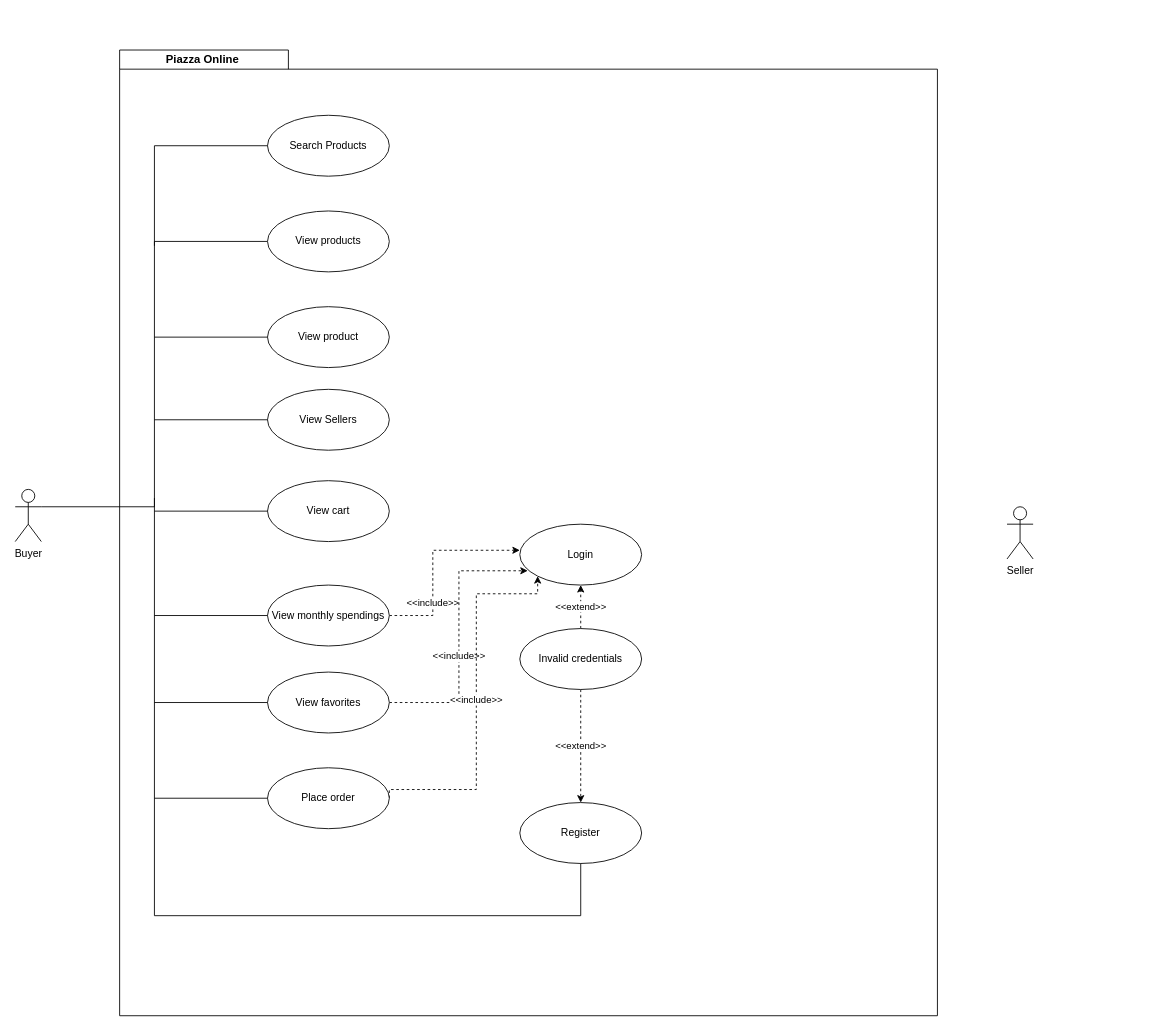
Above: use_case_diagram.drawio in VladCiobotariu/InternshipProject (draw.io), before the change. Source tidied: cells renumbered, new cells numbered last; positions are measured from the earlier drawing's top-left corner, leaving out a move shared by most shapes. Both pictures are drawn from the tidied source at 87%, with x=0, y=0 at pixel (15, 50).
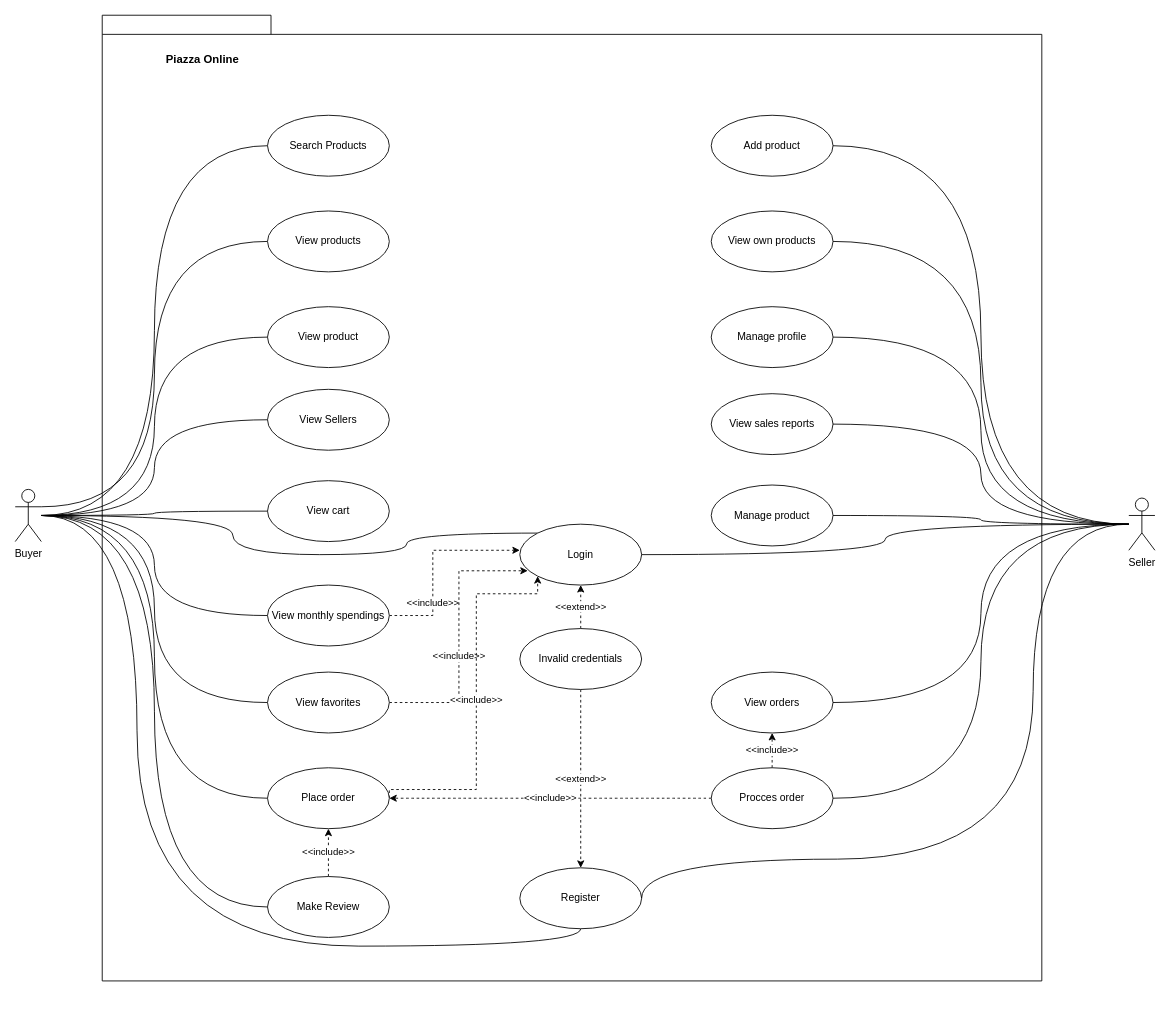
The same diagram, later.

Unchanged cells that the change refers to:
```xml
<mxCell id="4" value="Buyer" style="shape=umlActor;verticalLabelPosition=bottom;verticalAlign=top;html=1;outlineConnect=0;" parent="1" vertex="1">
  <mxGeometry y="505" width="30" height="60" as="geometry" />
</mxCell>
<mxCell id="6" value="Login" style="ellipse;whiteSpace=wrap;html=1;" parent="1" vertex="1">
  <mxGeometry x="580" y="545" width="140" height="70" as="geometry" />
</mxCell>
<mxCell id="8" value="Search Products" style="ellipse;whiteSpace=wrap;html=1;" parent="1" vertex="1">
  <mxGeometry x="290" y="75" width="140" height="70" as="geometry" />
</mxCell>
<mxCell id="9" value="View products" style="ellipse;whiteSpace=wrap;html=1;" parent="1" vertex="1">
  <mxGeometry x="290" y="185" width="140" height="70" as="geometry" />
</mxCell>
<mxCell id="11" value="View monthly spendings" style="ellipse;whiteSpace=wrap;html=1;" parent="1" vertex="1">
  <mxGeometry x="290" y="615" width="140" height="70" as="geometry" />
</mxCell>
<mxCell id="12" value="View product" style="ellipse;whiteSpace=wrap;html=1;" parent="1" vertex="1">
  <mxGeometry x="290" y="295" width="140" height="70" as="geometry" />
</mxCell>
<mxCell id="13" value="View Sellers" style="ellipse;whiteSpace=wrap;html=1;" parent="1" vertex="1">
  <mxGeometry x="290" y="390" width="140" height="70" as="geometry" />
</mxCell>
<mxCell id="16" value="View favorites" style="ellipse;whiteSpace=wrap;html=1;" parent="1" vertex="1">
  <mxGeometry x="290" y="715" width="140" height="70" as="geometry" />
</mxCell>
<mxCell id="18" value="Place order" style="ellipse;whiteSpace=wrap;html=1;" parent="1" vertex="1">
  <mxGeometry x="290" y="825" width="140" height="70" as="geometry" />
</mxCell>
<mxCell id="19" value="View cart" style="ellipse;whiteSpace=wrap;html=1;" parent="1" vertex="1">
  <mxGeometry x="290" y="495" width="140" height="70" as="geometry" />
</mxCell>
```

What changed in the source:
```diff
@@
     <mxCell id="2" style="shape=folder;fontStyle=1;spacingTop=10;tabWidth=194;tabHeight=22;tabPosition=left;html=1;rounded=0;shadow=0;comic=0;labelBackgroundColor=none;strokeWidth=1;fillColor=none;fontFamily=Verdana;fontSize=10;align=center;" parent="1" vertex="1">
-      <mxGeometry x="120" width="940" height="1110" as="geometry" />
+      <mxGeometry x="100" y="-40" width="1080" height="1110" as="geometry" />
     </mxCell>
-    <mxCell id="3" style="edgeStyle=orthogonalEdgeStyle;rounded=0;jettySize=auto;html=1;exitX=1;exitY=0.3333333333333333;exitDx=0;exitDy=0;exitPerimeter=0;entryX=0;entryY=0.5;entryDx=0;entryDy=0;endArrow=none;endFill=0;" parent="1" edge="1" source="4" target="9">
-      <mxGeometry relative="1" as="geometry">
-        <Array as="points">
-          <mxPoint x="30" y="525" />
-          <mxPoint x="160" y="525" />
-          <mxPoint x="160" y="220" />
-        </Array>
-      </mxGeometry>
+    <mxCell id="3" style="edgeStyle=orthogonalEdgeStyle;rounded=0;jettySize=auto;html=1;exitX=1;exitY=0.3333333333333333;exitDx=0;exitDy=0;exitPerimeter=0;entryX=0;entryY=0.5;entryDx=0;entryDy=0;endArrow=none;endFill=0;curved=1;" parent="1" edge="1" source="4" target="9">
+      <mxGeometry relative="1" as="geometry" />
     </mxCell>
+    <mxCell id="32" style="edgeStyle=orthogonalEdgeStyle;rounded=0;jettySize=auto;html=1;entryX=0;entryY=0;entryDx=0;entryDy=0;curved=1;endArrow=none;endFill=0;" parent="1" edge="1" source="4" target="6">
+      <mxGeometry relative="1" as="geometry">
+        <Array as="points">
+          <mxPoint x="250" y="535" />
+          <mxPoint x="250" y="580" />
+          <mxPoint x="450" y="580" />
+          <mxPoint x="450" y="556" />
+        </Array>
+      </mxGeometry>
+    </mxCell>
+    <mxCell id="33" style="edgeStyle=orthogonalEdgeStyle;rounded=0;jettySize=auto;html=1;entryX=0;entryY=0.5;entryDx=0;entryDy=0;endArrow=none;endFill=0;curved=1;" parent="1" edge="1" source="4" target="58">
+      <mxGeometry relative="1" as="geometry" />
+    </mxCell>
+    <mxCell id="34" style="edgeStyle=orthogonalEdgeStyle;rounded=0;jettySize=auto;html=1;entryX=0;entryY=0.5;entryDx=0;entryDy=0;endArrow=none;endFill=0;curved=1;" parent="1" edge="1" source="4" target="8">
+      <mxGeometry relative="1" as="geometry" />
+    </mxCell>
+    <mxCell id="35" style="edgeStyle=orthogonalEdgeStyle;rounded=0;jettySize=auto;html=1;entryX=0;entryY=0.5;entryDx=0;entryDy=0;endArrow=none;endFill=0;curved=1;" parent="1" edge="1" source="4" target="12">
+      <mxGeometry relative="1" as="geometry" />
+    </mxCell>
+    <mxCell id="36" style="edgeStyle=orthogonalEdgeStyle;rounded=0;jettySize=auto;html=1;entryX=0.5;entryY=1;entryDx=0;entryDy=0;endArrow=none;endFill=0;curved=1;" parent="1" edge="1" source="4" target="7">
+      <mxGeometry relative="1" as="geometry">
+        <Array as="points">
+          <mxPoint x="140" y="535" />
+          <mxPoint x="140" y="1030" />
+          <mxPoint x="650" y="1030" />
+        </Array>
+      </mxGeometry>
+    </mxCell>
+    <mxCell id="37" style="edgeStyle=orthogonalEdgeStyle;rounded=0;jettySize=auto;html=1;entryX=0;entryY=0.5;entryDx=0;entryDy=0;endArrow=none;endFill=0;curved=1;" parent="1" edge="1" source="4" target="18">
+      <mxGeometry relative="1" as="geometry" />
+    </mxCell>
+    <mxCell id="38" style="edgeStyle=orthogonalEdgeStyle;rounded=0;jettySize=auto;html=1;entryX=0;entryY=0.5;entryDx=0;entryDy=0;endArrow=none;endFill=0;curved=1;" parent="1" edge="1" source="4" target="16">
+      <mxGeometry relative="1" as="geometry" />
+    </mxCell>
+    <mxCell id="39" style="edgeStyle=orthogonalEdgeStyle;rounded=0;jettySize=auto;html=1;entryX=0;entryY=0.5;entryDx=0;entryDy=0;endArrow=none;endFill=0;curved=1;" parent="1" edge="1" source="4" target="11">
+      <mxGeometry relative="1" as="geometry" />
+    </mxCell>
+    <mxCell id="40" style="edgeStyle=orthogonalEdgeStyle;rounded=0;jettySize=auto;html=1;endArrow=none;endFill=0;curved=1;" parent="1" edge="1" source="4" target="19">
+      <mxGeometry relative="1" as="geometry" />
+    </mxCell>
+    <mxCell id="41" style="edgeStyle=orthogonalEdgeStyle;rounded=0;jettySize=auto;html=1;entryX=0;entryY=0.5;entryDx=0;entryDy=0;endArrow=none;endFill=0;curved=1;" parent="1" edge="1" source="4" target="13">
+      <mxGeometry relative="1" as="geometry" />
+    </mxCell>
@@
     <mxCell id="7" value="Register" style="ellipse;whiteSpace=wrap;html=1;" parent="1" vertex="1">
-      <mxGeometry x="580" y="865" width="140" height="70" as="geometry" />
+      <mxGeometry x="580" y="940" width="140" height="70" as="geometry" />
     </mxCell>
@@
+    <mxCell id="42" style="edgeStyle=orthogonalEdgeStyle;rounded=0;jettySize=auto;html=1;entryX=1;entryY=0.5;entryDx=0;entryDy=0;endArrow=none;endFill=0;curved=1;" parent="1" edge="1" source="23" target="7">
+      <mxGeometry relative="1" as="geometry">
+        <Array as="points">
+          <mxPoint x="1170" y="545" />
+          <mxPoint x="1170" y="930" />
+          <mxPoint x="720" y="930" />
+        </Array>
+      </mxGeometry>
+    </mxCell>
+    <mxCell id="43" style="edgeStyle=orthogonalEdgeStyle;rounded=0;jettySize=auto;html=1;curved=1;endArrow=none;endFill=0;" parent="1" edge="1" source="23" target="6">
+      <mxGeometry relative="1" as="geometry" />
+    </mxCell>
+    <mxCell id="44" style="edgeStyle=orthogonalEdgeStyle;rounded=0;jettySize=auto;html=1;entryX=1;entryY=0.5;entryDx=0;entryDy=0;endArrow=none;endFill=0;curved=1;" parent="1" edge="1" source="23" target="51">
+      <mxGeometry relative="1" as="geometry" />
+    </mxCell>
+    <mxCell id="45" style="edgeStyle=orthogonalEdgeStyle;rounded=0;jettySize=auto;html=1;entryX=1;entryY=0.5;entryDx=0;entryDy=0;endArrow=none;endFill=0;curved=1;" parent="1" edge="1" source="23" target="61">
+      <mxGeometry relative="1" as="geometry" />
+    </mxCell>
+    <mxCell id="46" style="edgeStyle=orthogonalEdgeStyle;rounded=0;jettySize=auto;html=1;entryX=1;entryY=0.5;entryDx=0;entryDy=0;endArrow=none;endFill=0;curved=1;" parent="1" edge="1" source="23" target="56">
+      <mxGeometry relative="1" as="geometry" />
+    </mxCell>
+    <mxCell id="47" style="edgeStyle=orthogonalEdgeStyle;rounded=0;jettySize=auto;html=1;entryX=1;entryY=0.5;entryDx=0;entryDy=0;endArrow=none;endFill=0;curved=1;" parent="1" edge="1" source="23" target="59">
+      <mxGeometry relative="1" as="geometry" />
+    </mxCell>
+    <mxCell id="48" style="edgeStyle=orthogonalEdgeStyle;rounded=0;jettySize=auto;html=1;endArrow=none;endFill=0;curved=1;" parent="1" edge="1" source="23" target="60">
+      <mxGeometry relative="1" as="geometry" />
+    </mxCell>
+    <mxCell id="49" style="edgeStyle=orthogonalEdgeStyle;rounded=0;jettySize=auto;html=1;entryX=1;entryY=0.5;entryDx=0;entryDy=0;endArrow=none;endFill=0;curved=1;" parent="1" edge="1" source="23" target="55">
+      <mxGeometry relative="1" as="geometry" />
+    </mxCell>
+    <mxCell id="50" style="edgeStyle=orthogonalEdgeStyle;rounded=0;jettySize=auto;html=1;entryX=1;entryY=0.5;entryDx=0;entryDy=0;endArrow=none;endFill=0;curved=1;" parent="1" edge="1" source="23" target="54">
+      <mxGeometry relative="1" as="geometry" />
+    </mxCell>
     <mxCell id="23" value="Seller" style="shape=umlActor;verticalLabelPosition=bottom;verticalAlign=top;html=1;" parent="1" vertex="1">
-      <mxGeometry x="1140" y="525" width="30" height="60" as="geometry" />
+      <mxGeometry x="1280" y="515" width="30" height="60" as="geometry" />
     </mxCell>
-    <mxCell id="24" style="endArrow=none;html=1;rounded=0;entryX=0;entryY=0.5;entryDx=0;entryDy=0;" parent="1" edge="1" target="8">
-      <mxGeometry relative="1" as="geometry">
-        <mxPoint x="160" y="225" as="sourcePoint" />
-        <Array as="points">
-          <mxPoint x="160" y="110" />
-        </Array>
-      </mxGeometry>
-    </mxCell>
-    <mxCell id="25" style="endArrow=none;html=1;rounded=0;exitX=0;exitY=0.5;exitDx=0;exitDy=0;" parent="1" edge="1" source="12">
-      <mxGeometry relative="1" as="geometry">
-        <mxPoint x="160" y="330" as="targetPoint" />
-      </mxGeometry>
-    </mxCell>
-    <mxCell id="26" style="endArrow=none;html=1;rounded=0;exitX=0;exitY=0.5;exitDx=0;exitDy=0;" parent="1" edge="1" source="13">
-      <mxGeometry relative="1" as="geometry">
-        <mxPoint x="160" y="425" as="targetPoint" />
-      </mxGeometry>
-    </mxCell>
-    <mxCell id="27" style="endArrow=none;html=1;rounded=0;exitX=0.5;exitY=1;exitDx=0;exitDy=0;" parent="1" edge="1" source="7">
-      <mxGeometry relative="1" as="geometry">
-        <mxPoint x="160" y="515" as="targetPoint" />
-        <Array as="points">
-          <mxPoint x="650" y="995" />
-          <mxPoint x="160" y="995" />
-        </Array>
-      </mxGeometry>
-    </mxCell>
-    <mxCell id="28" style="endArrow=none;html=1;rounded=0;entryX=0;entryY=0.5;entryDx=0;entryDy=0;" parent="1" edge="1" target="19">
-      <mxGeometry relative="1" as="geometry">
-        <mxPoint x="160" y="530" as="sourcePoint" />
-      </mxGeometry>
-    </mxCell>
-    <mxCell id="29" style="endArrow=none;html=1;rounded=0;entryX=0;entryY=0.5;entryDx=0;entryDy=0;" parent="1" edge="1" target="11">
-      <mxGeometry relative="1" as="geometry">
-        <mxPoint x="160" y="650" as="sourcePoint" />
-      </mxGeometry>
-    </mxCell>
-    <mxCell id="30" style="endArrow=none;html=1;rounded=0;entryX=0;entryY=0.5;entryDx=0;entryDy=0;" parent="1" edge="1" target="16">
-      <mxGeometry relative="1" as="geometry">
-        <mxPoint x="160" y="750" as="sourcePoint" />
-      </mxGeometry>
-    </mxCell>
-    <mxCell id="31" style="endArrow=none;html=1;rounded=0;entryX=0;entryY=0.5;entryDx=0;entryDy=0;" parent="1" edge="1" target="18">
-      <mxGeometry relative="1" as="geometry">
-        <mxPoint x="160" y="860" as="sourcePoint" />
-      </mxGeometry>
-    </mxCell>
+    <mxCell id="51" value="Add product" style="ellipse;whiteSpace=wrap;html=1;" parent="1" vertex="1">
+      <mxGeometry x="800" y="75" width="140" height="70" as="geometry" />
+    </mxCell>
+    <mxCell id="52" value="&amp;lt;&amp;lt;include&amp;gt;&amp;gt;" style="edgeStyle=orthogonalEdgeStyle;rounded=0;jettySize=auto;html=1;exitX=0;exitY=0.5;exitDx=0;exitDy=0;curved=1;dashed=1;" parent="1" edge="1" source="54" target="18">
+      <mxGeometry relative="1" as="geometry" />
+    </mxCell>
+    <mxCell id="53" value="&amp;lt;&amp;lt;include&amp;gt;&amp;gt;" style="edgeStyle=orthogonalEdgeStyle;rounded=0;jettySize=auto;html=1;entryX=0.5;entryY=1;entryDx=0;entryDy=0;dashed=1;" parent="1" edge="1" source="54" target="55">
+      <mxGeometry relative="1" as="geometry" />
+    </mxCell>
+    <mxCell id="54" value="Procces order" style="ellipse;whiteSpace=wrap;html=1;" parent="1" vertex="1">
+      <mxGeometry x="800" y="825" width="140" height="70" as="geometry" />
+    </mxCell>
+    <mxCell id="55" value="View orders" style="ellipse;whiteSpace=wrap;html=1;" parent="1" vertex="1">
+      <mxGeometry x="800" y="715" width="140" height="70" as="geometry" />
+    </mxCell>
+    <mxCell id="56" value="Manage profile" style="ellipse;whiteSpace=wrap;html=1;" parent="1" vertex="1">
+      <mxGeometry x="800" y="295" width="140" height="70" as="geometry" />
+    </mxCell>
+    <mxCell id="57" value="&amp;lt;&amp;lt;include&amp;gt;&amp;gt;" style="edgeStyle=orthogonalEdgeStyle;rounded=0;jettySize=auto;html=1;entryX=0.5;entryY=1;entryDx=0;entryDy=0;dashed=1;" parent="1" edge="1" source="58" target="18">
+      <mxGeometry relative="1" as="geometry" />
+    </mxCell>
+    <mxCell id="58" value="Make Review" style="ellipse;whiteSpace=wrap;html=1;" parent="1" vertex="1">
+      <mxGeometry x="290" y="950" width="140" height="70" as="geometry" />
+    </mxCell>
+    <mxCell id="59" value="View sales reports" style="ellipse;whiteSpace=wrap;html=1;" parent="1" vertex="1">
+      <mxGeometry x="800" y="395" width="140" height="70" as="geometry" />
+    </mxCell>
+    <mxCell id="60" value="Manage product" style="ellipse;whiteSpace=wrap;html=1;" parent="1" vertex="1">
+      <mxGeometry x="800" y="500" width="140" height="70" as="geometry" />
+    </mxCell>
+    <mxCell id="61" value="View own products" style="ellipse;whiteSpace=wrap;html=1;" parent="1" vertex="1">
+      <mxGeometry x="800" y="185" width="140" height="70" as="geometry" />
+    </mxCell>
```
